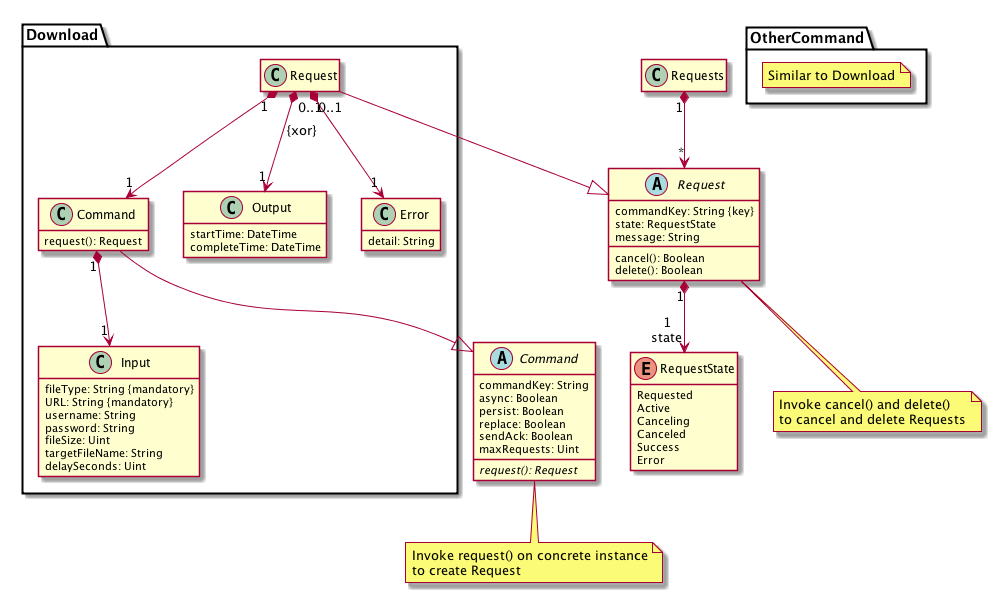
This is dmtypes/command.png from BroadbandForum/usp, a PlantUML export, as it was before one commit.
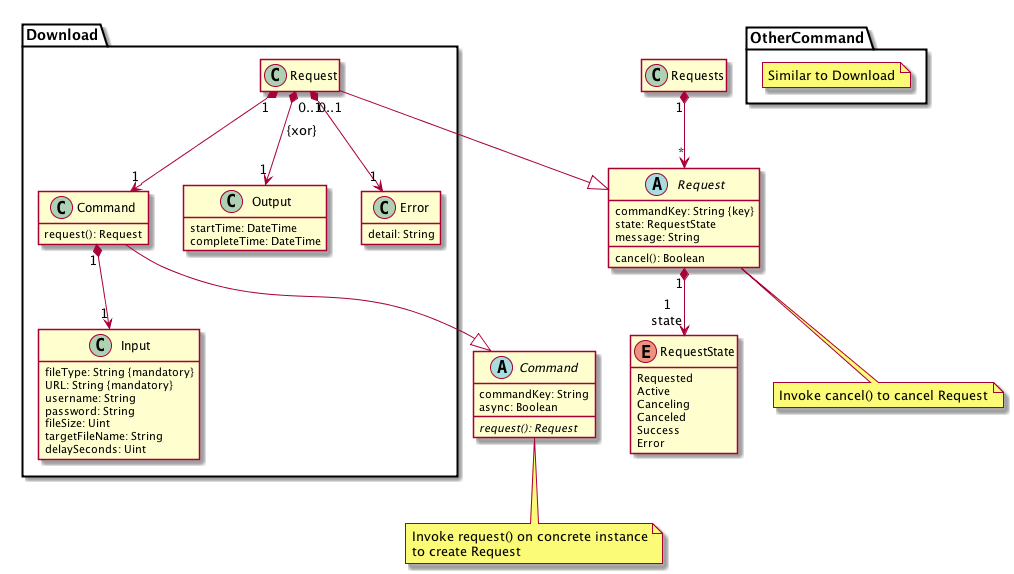
After the commit.

Commit message:
Update with Hong Kong agreements

Diff of the diagram source:
```diff
@@ -8,10 +8,6 @@
 abstract class Command {
   commandKey: String
   async: Boolean
-  persist: Boolean
-  replace: Boolean
-  sendAck: Boolean
-  maxRequests: Uint
   request(): Request {abstract}
 }
 
@@ -34,12 +30,10 @@
   state: RequestState
   message: String
   cancel(): Boolean
-  delete(): Boolean
 }
 
 note bottom
-  Invoke cancel() and delete()
-  to cancel and delete Requests
+  Invoke cancel() to cancel Request
 end note
 
 Request "1" *--> "1\nstate" RequestState
```
